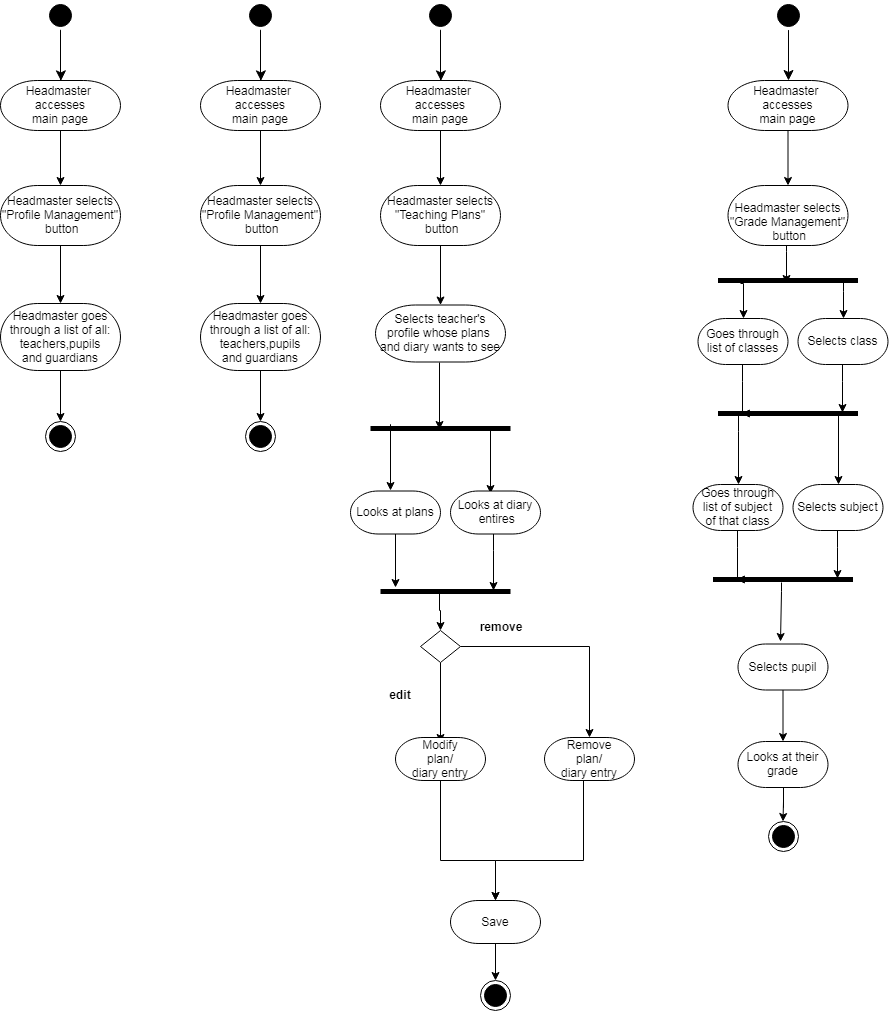
Earlier version of the draw.io export Diagrams/Activity Diagrams/Headmaster Part2.png (esmoqi16/TMS). Source tidied: cells renumbered, new cells last; positions are measured from the earlier drawing's top-left corner, leaving out a move shared by most shapes.
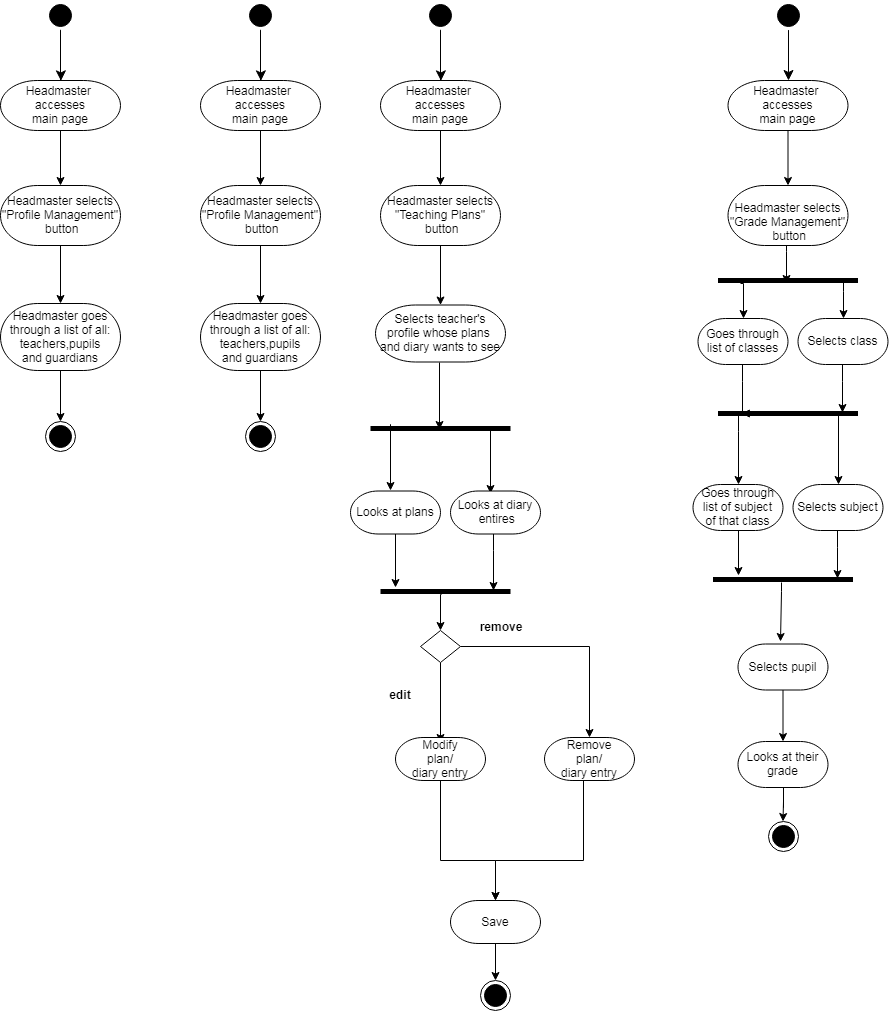
The same diagram one commit later.

Change to the diagram source:
```diff
@@ -139,16 +139,6 @@
     <mxCell id="35" style="edgeStyle=orthogonalEdgeStyle;rounded=0;jettySize=auto;html=1;endArrow=classic;endFill=1;" parent="1" edge="1" source="37" target="41">
       <mxGeometry relative="1" as="geometry" />
     </mxCell>
-    <mxCell id="36" style="edgeStyle=orthogonalEdgeStyle;rounded=0;orthogonalLoop=1;jettySize=auto;html=1;endArrow=none;endFill=0;startArrow=classic;startFill=1;entryX=0.454;entryY=0.625;entryDx=0;entryDy=0;entryPerimeter=0;" parent="1" edge="1">
-      <mxGeometry relative="1" as="geometry">
-        <mxPoint x="440" y="630" as="sourcePoint" />
-        <mxPoint x="439" y="592" as="targetPoint" />
-        <Array as="points">
-          <mxPoint x="440" y="610" />
-          <mxPoint x="439" y="610" />
-        </Array>
-      </mxGeometry>
-    </mxCell>
     <mxCell id="37" style="rhombus;whiteSpace=wrap;html=1;" parent="1" vertex="1">
       <mxGeometry x="420" y="630" width="40" height="32" as="geometry" />
     </mxCell>
@@ -257,11 +247,11 @@
     <mxCell id="60" style="line;strokeWidth=5;fillColor=none;align=left;verticalAlign=middle;spacingTop=-1;spacingLeft=3;spacingRight=3;labelPosition=right;points=[];portConstraint=eastwest;" parent="1" vertex="1">
       <mxGeometry x="717.5" y="409" width="140" height="8" as="geometry" />
     </mxCell>
-    <mxCell id="61" style="edgeStyle=orthogonalEdgeStyle;rounded=0;jettySize=auto;html=1;endArrow=classic;endFill=1;entryX=0.171;entryY=0.5;entryDx=0;entryDy=0;entryPerimeter=0;" parent="1" edge="1" source="62" target="67">
+    <mxCell id="61" style="edgeStyle=orthogonalEdgeStyle;rounded=0;jettySize=auto;html=1;endArrow=classic;endFill=1;" parent="1" edge="1" source="62" target="67">
       <mxGeometry relative="1" as="geometry">
         <Array as="points">
-          <mxPoint x="736.5" y="547" />
-          <mxPoint x="736.5" y="547" />
+          <mxPoint x="738" y="570" />
+          <mxPoint x="738" y="570" />
         </Array>
       </mxGeometry>
     </mxCell>
@@ -334,5 +324,12 @@
         </Array>
       </mxGeometry>
     </mxCell>
+    <mxCell id="76" style="edgeStyle=orthogonalEdgeStyle;rounded=0;jettySize=auto;html=1;endArrow=classic;endFill=1;exitX=0.469;exitY=0.875;exitDx=0;exitDy=0;exitPerimeter=0;entryX=0.5;entryY=0;entryDx=0;entryDy=0;" parent="1" edge="1" source="74" target="37">
+      <mxGeometry relative="1" as="geometry">
+        <Array as="points">
+          <mxPoint x="440" y="594" />
+        </Array>
+      </mxGeometry>
+    </mxCell>
   </root>
 </mxGraphModel>
```
